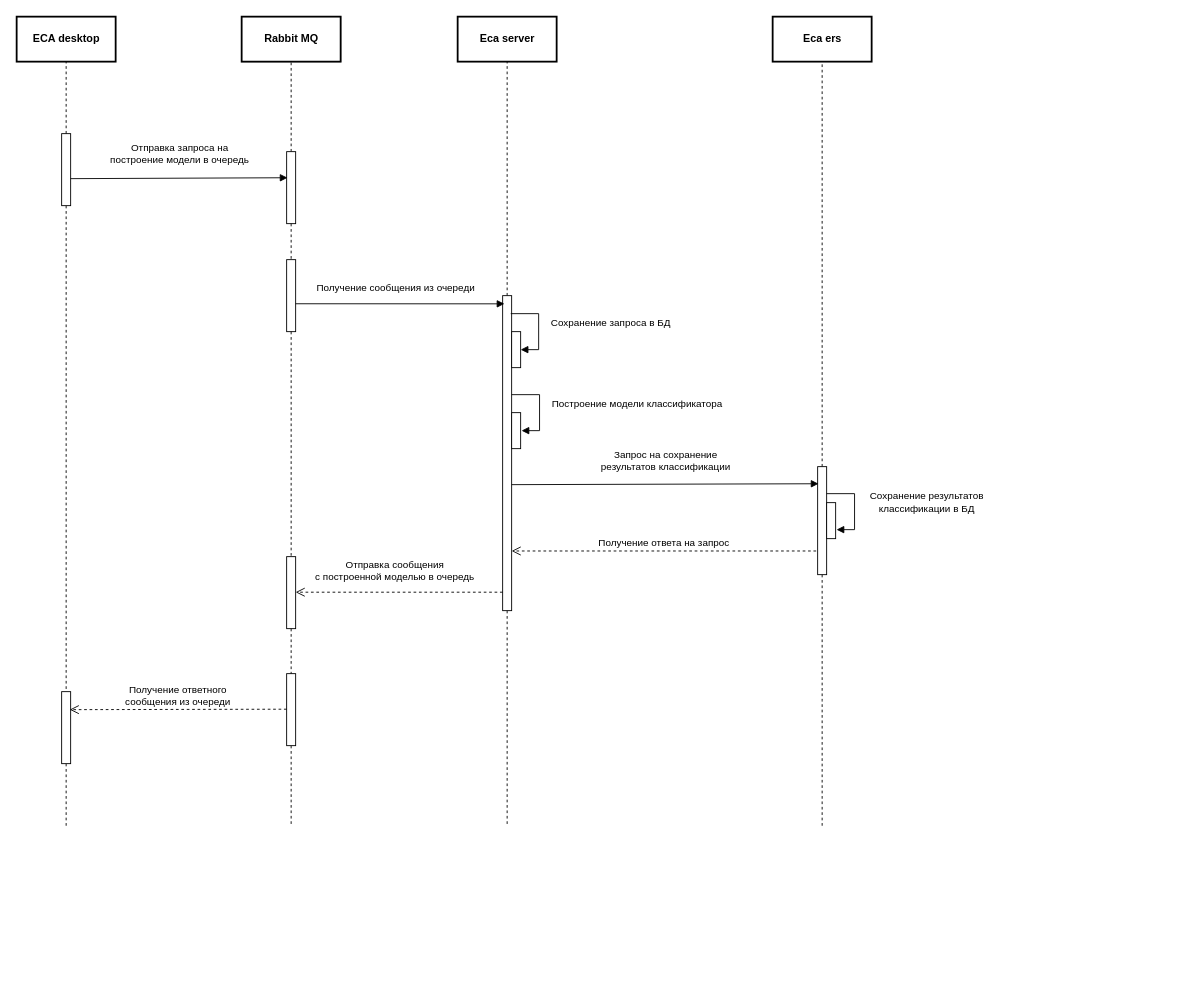
Stonnos/eca-service keeps this draw.io diagram as doc/schemas/Evaluation request sequence.drawio. Above is the earlier version. Source tidied: cells renumbered, new cells numbered last; positions are measured from the earlier drawing's top-left corner, leaving out a move shared by most shapes. Both pictures are drawn from the tidied source at 90%, with x=0, y=0 at pixel (16, 16).
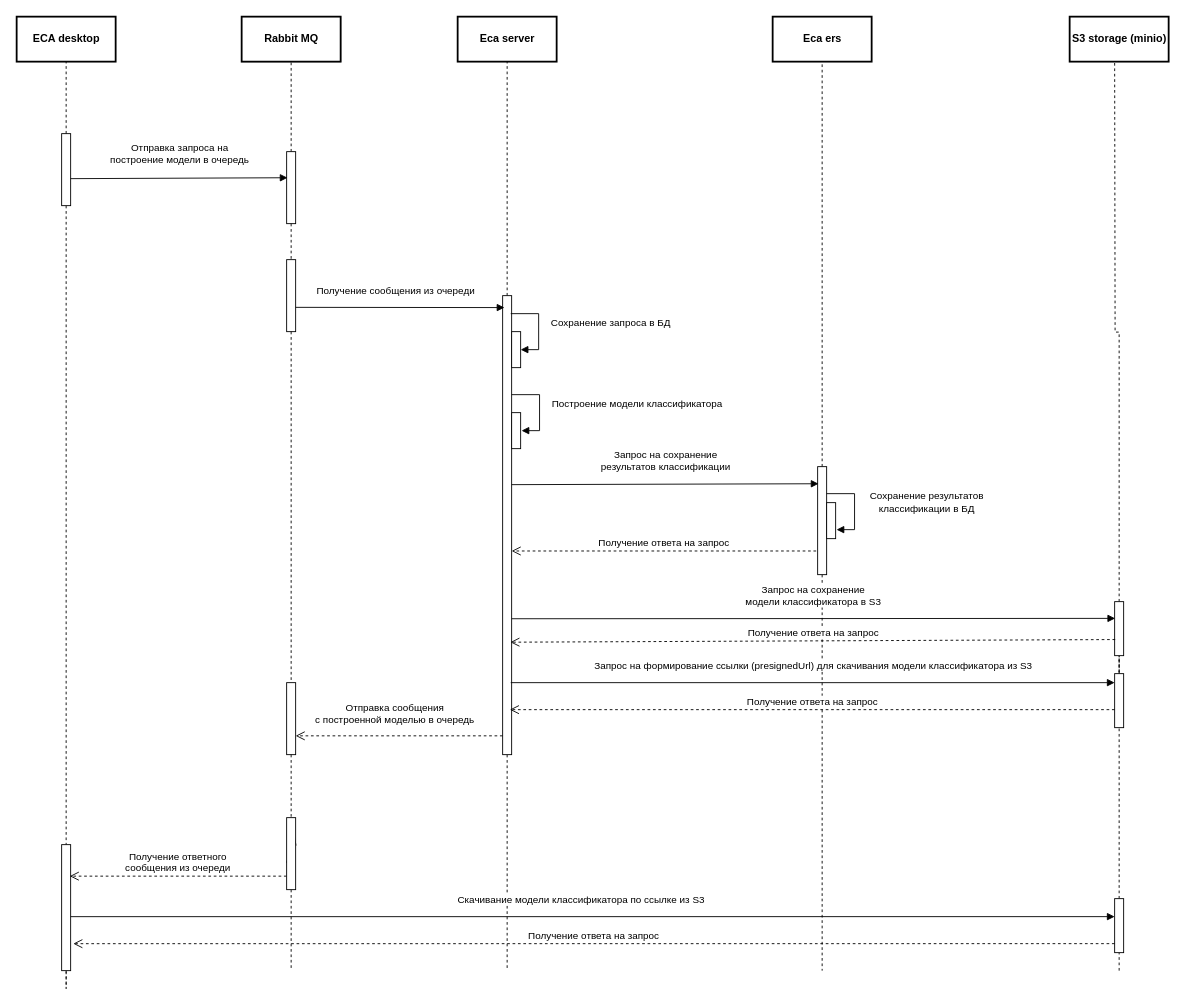
The same diagram, later.

Commit message (it also covers changes not shown here):
#ES-276 - updated eca db schema, Evaluation request sequence.drawio

The change refers to these unchanged cells:
```xml
<mxCell id="24" style="html=1;points=[];perimeter=orthogonalPerimeter;" parent="1" vertex="1">
  <mxGeometry x="890" y="500" width="10" height="120" as="geometry" />
</mxCell>
```

Change to the diagram source:
```diff
@@
     <mxCell id="14" style="edgeStyle=orthogonalEdgeStyle;rounded=0;jettySize=auto;html=1;dashed=1;endArrow=none;endFill=0;strokeColor=#000000;" parent="1" edge="1" source="15">
       <mxGeometry relative="1" as="geometry">
-        <mxPoint x="545" y="900" as="targetPoint" />
+        <mxPoint x="545" y="1060" as="targetPoint" />
       </mxGeometry>
     </mxCell>
     <mxCell id="15" style="html=1;points=[];perimeter=orthogonalPerimeter;" parent="1" vertex="1">
-      <mxGeometry x="540" y="310" width="10" height="350" as="geometry" />
+      <mxGeometry x="540" y="310" width="10" height="510" as="geometry" />
     </mxCell>
@@
     <mxCell id="18" value="&lt;font style=&quot;font-size: 11px&quot;&gt;Получение сообщения из очереди&lt;/font&gt;" style="html=1;verticalAlign=bottom;endArrow=block;strokeColor=#000000;entryX=0.2;entryY=0.026;entryDx=0;entryDy=0;entryPerimeter=0;" parent="1" edge="1" target="15">
       <mxGeometry x="-0.04" y="9" relative="1" as="geometry">
-        <mxPoint x="310" y="319" as="sourcePoint" />
+        <mxPoint x="310" y="323" as="sourcePoint" />
       </mxGeometry>
     </mxCell>
@@
     <mxCell id="23" style="edgeStyle=orthogonalEdgeStyle;rounded=0;jettySize=auto;html=1;dashed=1;endArrow=none;endFill=0;strokeColor=#000000;" parent="1" edge="1" source="24">
       <mxGeometry relative="1" as="geometry">
-        <mxPoint x="895" y="900" as="targetPoint" />
+        <mxPoint x="895" y="1060" as="targetPoint" />
       </mxGeometry>
     </mxCell>
@@
     <mxCell id="28" style="edgeStyle=orthogonalEdgeStyle;rounded=0;jettySize=auto;html=1;dashed=1;endArrow=none;endFill=0;strokeColor=#000000;" parent="1" edge="1" source="34">
       <mxGeometry relative="1" as="geometry">
-        <mxPoint x="305" y="900" as="targetPoint" />
+        <mxPoint x="305" y="1060" as="targetPoint" />
       </mxGeometry>
     </mxCell>
     <mxCell id="29" style="html=1;points=[];perimeter=orthogonalPerimeter;" parent="1" vertex="1">
-      <mxGeometry x="300" y="600" width="10" height="80" as="geometry" />
+      <mxGeometry x="300" y="740" width="10" height="80" as="geometry" />
     </mxCell>
@@
-    <mxCell id="31" value="&lt;font style=&quot;font-size: 11px&quot;&gt;Отправка сообщения&lt;br&gt;с построенной моделью в очередь&lt;/font&gt;" style="html=1;verticalAlign=bottom;endArrow=open;dashed=1;endSize=8;strokeColor=#000000;" parent="1" edge="1" target="29">
-      <mxGeometry x="0.04" y="-9" relative="1" as="geometry">
-        <mxPoint x="540" y="639.5" as="sourcePoint" />
-      </mxGeometry>
+    <mxCell id="31" value="&lt;font style=&quot;font-size: 11px&quot;&gt;Отправка сообщения&lt;br&gt;с построенной моделью в очередь&lt;/font&gt;" style="html=1;verticalAlign=bottom;endArrow=open;dashed=1;endSize=8;strokeColor=#000000;exitX=0;exitY=0.959;exitDx=0;exitDy=0;exitPerimeter=0;" parent="1" edge="1" source="15" target="29">
+      <mxGeometry x="0.04" y="-9" relative="1" as="geometry" />
     </mxCell>
     <mxCell id="32" style="edgeStyle=orthogonalEdgeStyle;rounded=0;jettySize=auto;html=1;endArrow=none;endFill=0;strokeColor=#000000;dashed=1;" parent="1" edge="1" source="33">
       <mxGeometry relative="1" as="geometry">
-        <mxPoint x="55" y="900" as="targetPoint" />
+        <mxPoint x="55" y="1020" as="targetPoint" />
       </mxGeometry>
     </mxCell>
     <mxCell id="33" style="html=1;points=[];perimeter=orthogonalPerimeter;" parent="1" vertex="1">
-      <mxGeometry x="50" y="750" width="10" height="80" as="geometry" />
+      <mxGeometry x="50" y="920" width="10" height="140" as="geometry" />
     </mxCell>
-    <mxCell id="34" style="html=1;points=[];perimeter=orthogonalPerimeter;" parent="1" vertex="1">
-      <mxGeometry x="300" y="730" width="10" height="80" as="geometry" />
-    </mxCell>
@@
-    <mxCell id="36" value="&lt;font style=&quot;font-size: 11px&quot;&gt;Получение ответного&lt;br&gt;сообщения из очереди&lt;/font&gt;" style="html=1;verticalAlign=bottom;endArrow=open;dashed=1;endSize=8;strokeColor=#000000;entryX=0.9;entryY=0.25;entryDx=0;entryDy=0;entryPerimeter=0;" parent="1" edge="1" target="33">
-      <mxGeometry relative="1" as="geometry">
-        <mxPoint x="300" y="769.5" as="sourcePoint" />
-      </mxGeometry>
+    <mxCell id="36" value="&lt;font style=&quot;font-size: 11px&quot;&gt;Получение ответного&lt;br&gt;сообщения из очереди&lt;/font&gt;" style="html=1;verticalAlign=bottom;endArrow=open;dashed=1;endSize=8;strokeColor=#000000;entryX=0.9;entryY=0.25;entryDx=0;entryDy=0;entryPerimeter=0;" parent="1" edge="1" source="34" target="33">
+      <mxGeometry relative="1" as="geometry" />
     </mxCell>
@@
+    <mxCell id="39" value="&lt;b&gt;S3 storage (minio)&lt;/b&gt;" style="html=1;strokeWidth=2;" parent="1" vertex="1">
+      <mxGeometry x="1170" width="110" height="50" as="geometry" />
+    </mxCell>
+    <mxCell id="40" style="edgeStyle=orthogonalEdgeStyle;rounded=0;jettySize=auto;html=1;entryX=0.5;entryY=1;entryDx=0;entryDy=0;endArrow=none;endFill=0;strokeColor=#000000;dashed=1;" parent="1" edge="1" source="42">
+      <mxGeometry relative="1" as="geometry">
+        <mxPoint x="1220" y="50" as="targetPoint" />
+      </mxGeometry>
+    </mxCell>
+    <mxCell id="41" style="edgeStyle=orthogonalEdgeStyle;rounded=0;jettySize=auto;html=1;entryX=0.5;entryY=1;entryDx=0;entryDy=0;endArrow=none;endFill=0;strokeColor=#000000;dashed=1;" parent="1" edge="1" source="46" target="42">
+      <mxGeometry relative="1" as="geometry" />
+    </mxCell>
+    <mxCell id="42" style="html=1;points=[];perimeter=orthogonalPerimeter;" parent="1" vertex="1">
+      <mxGeometry x="1220" y="650" width="10" height="60" as="geometry" />
+    </mxCell>
+    <mxCell id="43" value="&lt;font style=&quot;font-size: 11px&quot;&gt;Запрос на сохранение&lt;br&gt;модели классификатора в S3&lt;br&gt;&lt;/font&gt;" style="html=1;verticalAlign=bottom;endArrow=block;strokeColor=#000000;entryX=0.059;entryY=0.31;entryDx=0;entryDy=0;entryPerimeter=0;" parent="1" edge="1" target="42">
+      <mxGeometry y="10" relative="1" as="geometry">
+        <mxPoint x="550" y="669" as="sourcePoint" />
+      </mxGeometry>
+    </mxCell>
+    <mxCell id="44" value="&lt;font style=&quot;font-size: 11px&quot;&gt;Получение ответа на запрос&lt;/font&gt;" style="html=1;verticalAlign=bottom;endArrow=open;dashed=1;endSize=8;strokeColor=#000000;exitX=0.059;exitY=0.702;exitDx=0;exitDy=0;exitPerimeter=0;entryX=0.859;entryY=0.755;entryDx=0;entryDy=0;entryPerimeter=0;" parent="1" edge="1" source="42" target="15">
+      <mxGeometry relative="1" as="geometry" />
+    </mxCell>
+    <mxCell id="45" style="edgeStyle=orthogonalEdgeStyle;rounded=0;jettySize=auto;html=1;entryX=0.5;entryY=1;entryDx=0;entryDy=0;endArrow=none;endFill=0;strokeColor=#000000;dashed=1;" parent="1" edge="1" source="51" target="46">
+      <mxGeometry relative="1" as="geometry" />
+    </mxCell>
+    <mxCell id="46" style="html=1;points=[];perimeter=orthogonalPerimeter;" parent="1" vertex="1">
+      <mxGeometry x="1220" y="730" width="10" height="60" as="geometry" />
+    </mxCell>
+    <mxCell id="47" value="&lt;font style=&quot;font-size: 11px&quot;&gt;Запрос на формирование ссылки (presignedUrl) для скачивания модели классификатора из S3&lt;br&gt;&lt;/font&gt;" style="html=1;verticalAlign=bottom;endArrow=block;strokeColor=#000000;entryX=0.059;entryY=0.31;entryDx=0;entryDy=0;entryPerimeter=0;" parent="1" edge="1">
+      <mxGeometry y="10" relative="1" as="geometry">
+        <mxPoint x="549" y="740" as="sourcePoint" />
+        <mxPoint x="1220" y="740" as="targetPoint" />
+      </mxGeometry>
+    </mxCell>
+    <mxCell id="48" value="&lt;font style=&quot;font-size: 11px&quot;&gt;Получение ответа на запрос&lt;/font&gt;" style="html=1;verticalAlign=bottom;endArrow=open;dashed=1;endSize=8;strokeColor=#000000;exitX=0.059;exitY=0.702;exitDx=0;exitDy=0;exitPerimeter=0;" parent="1" edge="1">
+      <mxGeometry relative="1" as="geometry">
+        <mxPoint x="1220" y="770" as="sourcePoint" />
+        <mxPoint x="548" y="770" as="targetPoint" />
+      </mxGeometry>
+    </mxCell>
+    <mxCell id="49" style="html=1;verticalAlign=bottom;endArrow=open;dashed=1;endSize=8;strokeColor=#000000;entryX=0.9;entryY=0.25;entryDx=0;entryDy=0;entryPerimeter=0;" parent="1" edge="1" target="34">
+      <mxGeometry relative="1" as="geometry">
+        <mxPoint x="300" y="940" as="sourcePoint" />
+      </mxGeometry>
+    </mxCell>
+    <mxCell id="34" style="html=1;points=[];perimeter=orthogonalPerimeter;" parent="1" vertex="1">
+      <mxGeometry x="300" y="890" width="10" height="80" as="geometry" />
+    </mxCell>
+    <mxCell id="50" style="edgeStyle=orthogonalEdgeStyle;rounded=0;jettySize=auto;html=1;entryX=0.5;entryY=1;entryDx=0;entryDy=0;endArrow=none;endFill=0;strokeColor=#000000;dashed=1;" parent="1" edge="1" target="51">
+      <mxGeometry relative="1" as="geometry">
+        <mxPoint x="1225" y="1060" as="sourcePoint" />
+      </mxGeometry>
+    </mxCell>
+    <mxCell id="51" style="html=1;points=[];perimeter=orthogonalPerimeter;" parent="1" vertex="1">
+      <mxGeometry x="1220" y="980" width="10" height="60" as="geometry" />
+    </mxCell>
+    <mxCell id="52" value="&lt;font style=&quot;font-size: 11px&quot;&gt;Скачивание модели классификатора по ссылке из S3&lt;br&gt;&lt;/font&gt;" style="html=1;verticalAlign=bottom;endArrow=block;strokeColor=#000000;entryX=0;entryY=0.333;entryDx=0;entryDy=0;entryPerimeter=0;" parent="1" edge="1" target="51">
+      <mxGeometry x="-0.02" y="10" relative="1" as="geometry">
+        <mxPoint x="60" y="1000" as="sourcePoint" />
+        <mxPoint x="-1" as="offset" />
+      </mxGeometry>
+    </mxCell>
+    <mxCell id="53" value="&lt;font style=&quot;font-size: 11px&quot;&gt;Получение ответа на запрос&lt;/font&gt;" style="html=1;verticalAlign=bottom;endArrow=open;dashed=1;endSize=8;strokeColor=#000000;exitX=0.059;exitY=0.702;exitDx=0;exitDy=0;exitPerimeter=0;entryX=1.294;entryY=0.786;entryDx=0;entryDy=0;entryPerimeter=0;" parent="1" edge="1" target="33">
+      <mxGeometry relative="1" as="geometry">
+        <mxPoint x="1220" y="1030" as="sourcePoint" />
+      </mxGeometry>
+    </mxCell>
```
